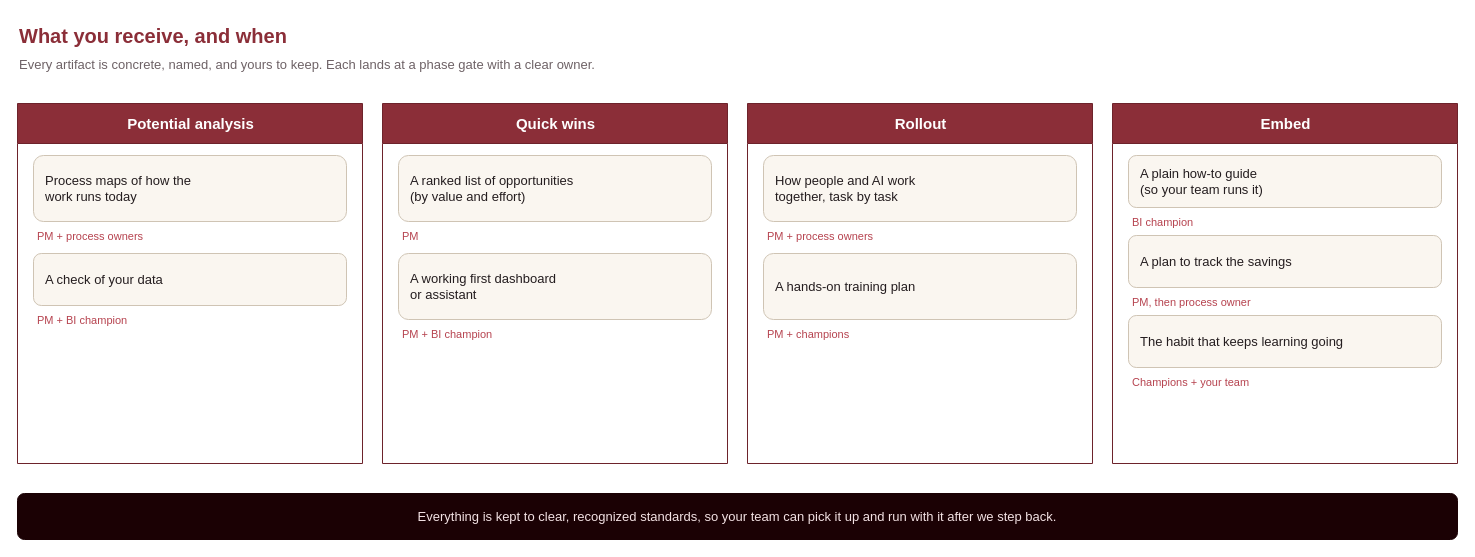
Earlier version of the draw.io diagram diagrams/7-deliverables.drawio (ademczuk/top-spirit-delivery). Source tidied: cells renumbered, new cells numbered last; positions are measured from the earlier drawing's top-left corner, leaving out a move shared by most shapes. Both pictures are drawn from the tidied source at 100%, with x=0, y=0 at pixel (17, 17).
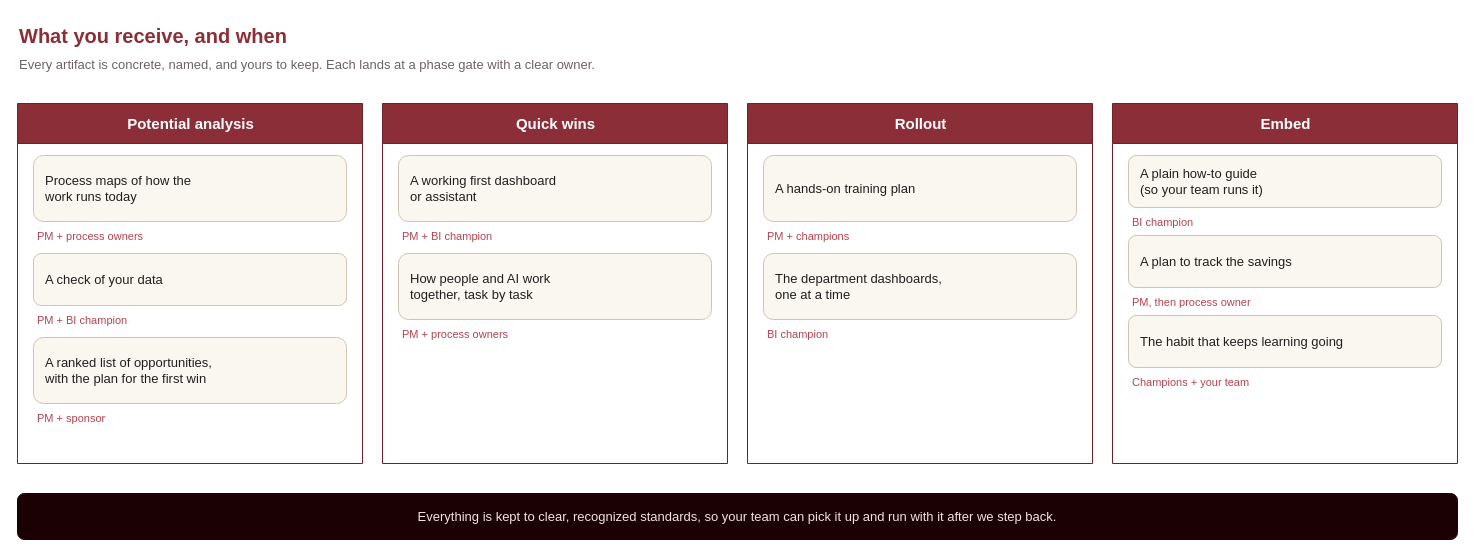
After the change.

Commit message (it also covers changes not shown here):
Align the potential-analysis duration and deliverables with the presentation

Unchanged cells that the change refers to:
```xml
<mxCell id="4" value="Potential analysis" style="swimlane;html=1;startSize=40;fillColor=#8b2e38;swimlaneFillColor=#ffffff;strokeColor=#6d232b;fontColor=#ffffff;fontSize=15;fontStyle=1;align=center;" parent="1" vertex="1">
  <mxGeometry y="86" width="345" height="360" as="geometry" />
</mxCell>
<mxCell id="9" value="Quick wins" style="swimlane;html=1;startSize=40;fillColor=#8b2e38;swimlaneFillColor=#ffffff;strokeColor=#6d232b;fontColor=#ffffff;fontSize=15;fontStyle=1;align=center;" parent="1" vertex="1">
  <mxGeometry x="365" y="86" width="345" height="360" as="geometry" />
</mxCell>
<mxCell id="14" value="Rollout" style="swimlane;html=1;startSize=40;fillColor=#8b2e38;swimlaneFillColor=#ffffff;strokeColor=#6d232b;fontColor=#ffffff;fontSize=15;fontStyle=1;align=center;" parent="1" vertex="1">
  <mxGeometry x="730" y="86" width="345" height="360" as="geometry" />
</mxCell>
```

What changed in the source:
```diff
@@
+    <mxCell id="27" value="A ranked list of opportunities,&#10;with the plan for the first win" style="rounded=1;html=1;whiteSpace=wrap;fillColor=#faf6f0;strokeColor=#cfc4b4;fontColor=#241d1f;fontSize=13;align=left;verticalAlign=middle;spacingLeft=10;" parent="4" vertex="1">
+      <mxGeometry x="16" y="234" width="313" height="66" as="geometry" />
+    </mxCell>
+    <mxCell id="28" value="PM + sponsor" style="text;html=1;align=left;fontColor=#b6434f;fontSize=11;" parent="4" vertex="1">
+      <mxGeometry x="18" y="302" width="313" height="16" as="geometry" />
+    </mxCell>
@@
-    <mxCell id="10" value="A ranked list of opportunities&#10;(by value and effort)" style="rounded=1;html=1;whiteSpace=wrap;fillColor=#faf6f0;strokeColor=#cfc4b4;fontColor=#241d1f;fontSize=13;align=left;verticalAlign=middle;spacingLeft=10;" parent="9" vertex="1">
+    <mxCell id="10" value="A working first dashboard&#10;or assistant" style="rounded=1;html=1;whiteSpace=wrap;fillColor=#faf6f0;strokeColor=#cfc4b4;fontColor=#241d1f;fontSize=13;align=left;verticalAlign=middle;spacingLeft=10;" parent="9" vertex="1">
       <mxGeometry x="16" y="52" width="313" height="66" as="geometry" />
     </mxCell>
-    <mxCell id="11" value="PM" style="text;html=1;align=left;fontColor=#b6434f;fontSize=11;" parent="9" vertex="1">
+    <mxCell id="11" value="PM + BI champion" style="text;html=1;align=left;fontColor=#b6434f;fontSize=11;" parent="9" vertex="1">
       <mxGeometry x="18" y="120" width="313" height="16" as="geometry" />
     </mxCell>
-    <mxCell id="12" value="A working first dashboard&#10;or assistant" style="rounded=1;html=1;whiteSpace=wrap;fillColor=#faf6f0;strokeColor=#cfc4b4;fontColor=#241d1f;fontSize=13;align=left;verticalAlign=middle;spacingLeft=10;" parent="9" vertex="1">
+    <mxCell id="12" value="How people and AI work&#10;together, task by task" style="rounded=1;html=1;whiteSpace=wrap;fillColor=#faf6f0;strokeColor=#cfc4b4;fontColor=#241d1f;fontSize=13;align=left;verticalAlign=middle;spacingLeft=10;" parent="9" vertex="1">
       <mxGeometry x="16" y="150" width="313" height="66" as="geometry" />
     </mxCell>
-    <mxCell id="13" value="PM + BI champion" style="text;html=1;align=left;fontColor=#b6434f;fontSize=11;" parent="9" vertex="1">
+    <mxCell id="13" value="PM + process owners" style="text;html=1;align=left;fontColor=#b6434f;fontSize=11;" parent="9" vertex="1">
       <mxGeometry x="18" y="218" width="313" height="16" as="geometry" />
     </mxCell>
@@
-    <mxCell id="15" value="How people and AI work&#10;together, task by task" style="rounded=1;html=1;whiteSpace=wrap;fillColor=#faf6f0;strokeColor=#cfc4b4;fontColor=#241d1f;fontSize=13;align=left;verticalAlign=middle;spacingLeft=10;" parent="14" vertex="1">
+    <mxCell id="15" value="A hands-on training plan" style="rounded=1;html=1;whiteSpace=wrap;fillColor=#faf6f0;strokeColor=#cfc4b4;fontColor=#241d1f;fontSize=13;align=left;verticalAlign=middle;spacingLeft=10;" parent="14" vertex="1">
       <mxGeometry x="16" y="52" width="313" height="66" as="geometry" />
     </mxCell>
-    <mxCell id="16" value="PM + process owners" style="text;html=1;align=left;fontColor=#b6434f;fontSize=11;" parent="14" vertex="1">
+    <mxCell id="16" value="PM + champions" style="text;html=1;align=left;fontColor=#b6434f;fontSize=11;" parent="14" vertex="1">
       <mxGeometry x="18" y="120" width="313" height="16" as="geometry" />
     </mxCell>
-    <mxCell id="17" value="A hands-on training plan" style="rounded=1;html=1;whiteSpace=wrap;fillColor=#faf6f0;strokeColor=#cfc4b4;fontColor=#241d1f;fontSize=13;align=left;verticalAlign=middle;spacingLeft=10;" parent="14" vertex="1">
+    <mxCell id="17" value="The department dashboards,&#10;one at a time" style="rounded=1;html=1;whiteSpace=wrap;fillColor=#faf6f0;strokeColor=#cfc4b4;fontColor=#241d1f;fontSize=13;align=left;verticalAlign=middle;spacingLeft=10;" parent="14" vertex="1">
       <mxGeometry x="16" y="150" width="313" height="66" as="geometry" />
     </mxCell>
-    <mxCell id="18" value="PM + champions" style="text;html=1;align=left;fontColor=#b6434f;fontSize=11;" parent="14" vertex="1">
+    <mxCell id="18" value="BI champion" style="text;html=1;align=left;fontColor=#b6434f;fontSize=11;" parent="14" vertex="1">
       <mxGeometry x="18" y="218" width="313" height="16" as="geometry" />
     </mxCell>
```
